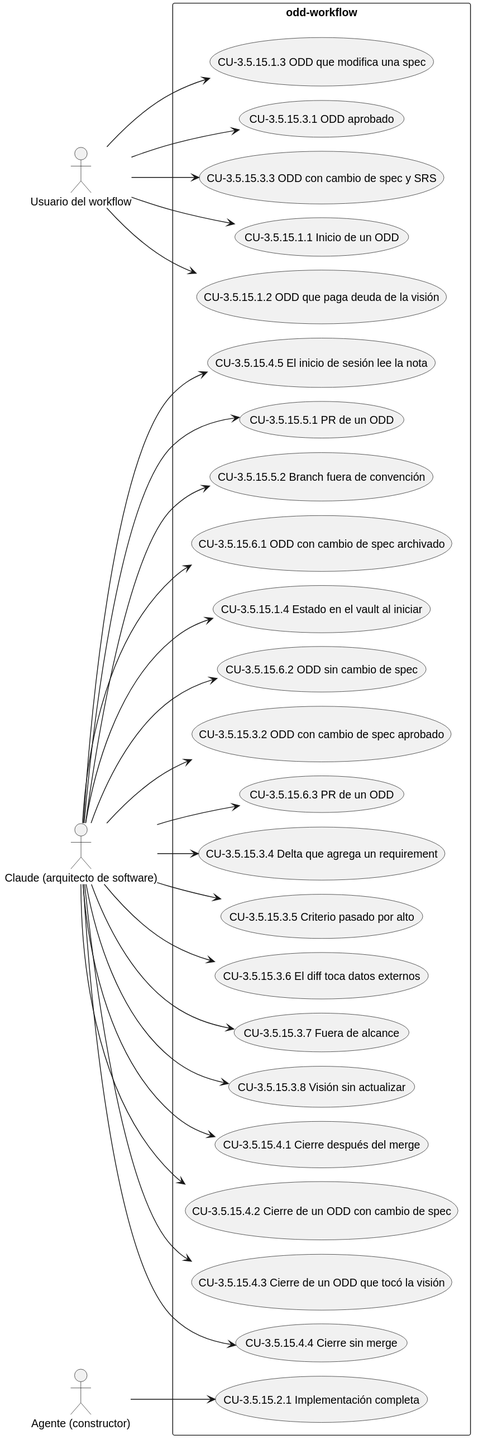
This is docs/diagramas/CAP-3.5.15.svg from Lautaro-Montecchiani/sdd-global-config, a PlantUML export, as it was before one commit.
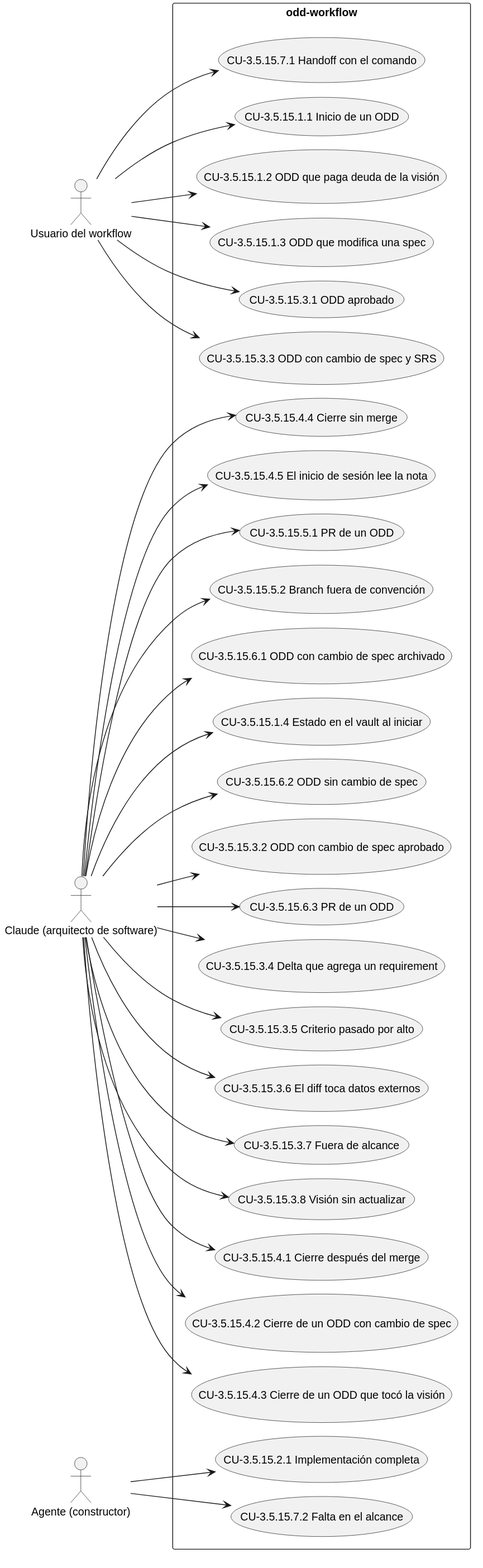
The same diagram one commit later.

Change to the diagram source:
```diff
@@ -28,6 +28,8 @@
   usecase "CU-3.5.15.6.1 ODD con cambio de spec archivado" as UC_3_5_15_6_1
   usecase "CU-3.5.15.6.2 ODD sin cambio de spec" as UC_3_5_15_6_2
   usecase "CU-3.5.15.6.3 PR de un ODD" as UC_3_5_15_6_3
+  usecase "CU-3.5.15.7.1 Handoff con el comando" as UC_3_5_15_7_1
+  usecase "CU-3.5.15.7.2 Falta en el alcance" as UC_3_5_15_7_2
 }
 A1 --> UC_3_5_15_1_1
 A1 --> UC_3_5_15_1_2
@@ -52,4 +54,6 @@
 A2 --> UC_3_5_15_6_1
 A2 --> UC_3_5_15_6_2
 A2 --> UC_3_5_15_6_3
+A1 --> UC_3_5_15_7_1
+A3 --> UC_3_5_15_7_2
 @enduml
```
